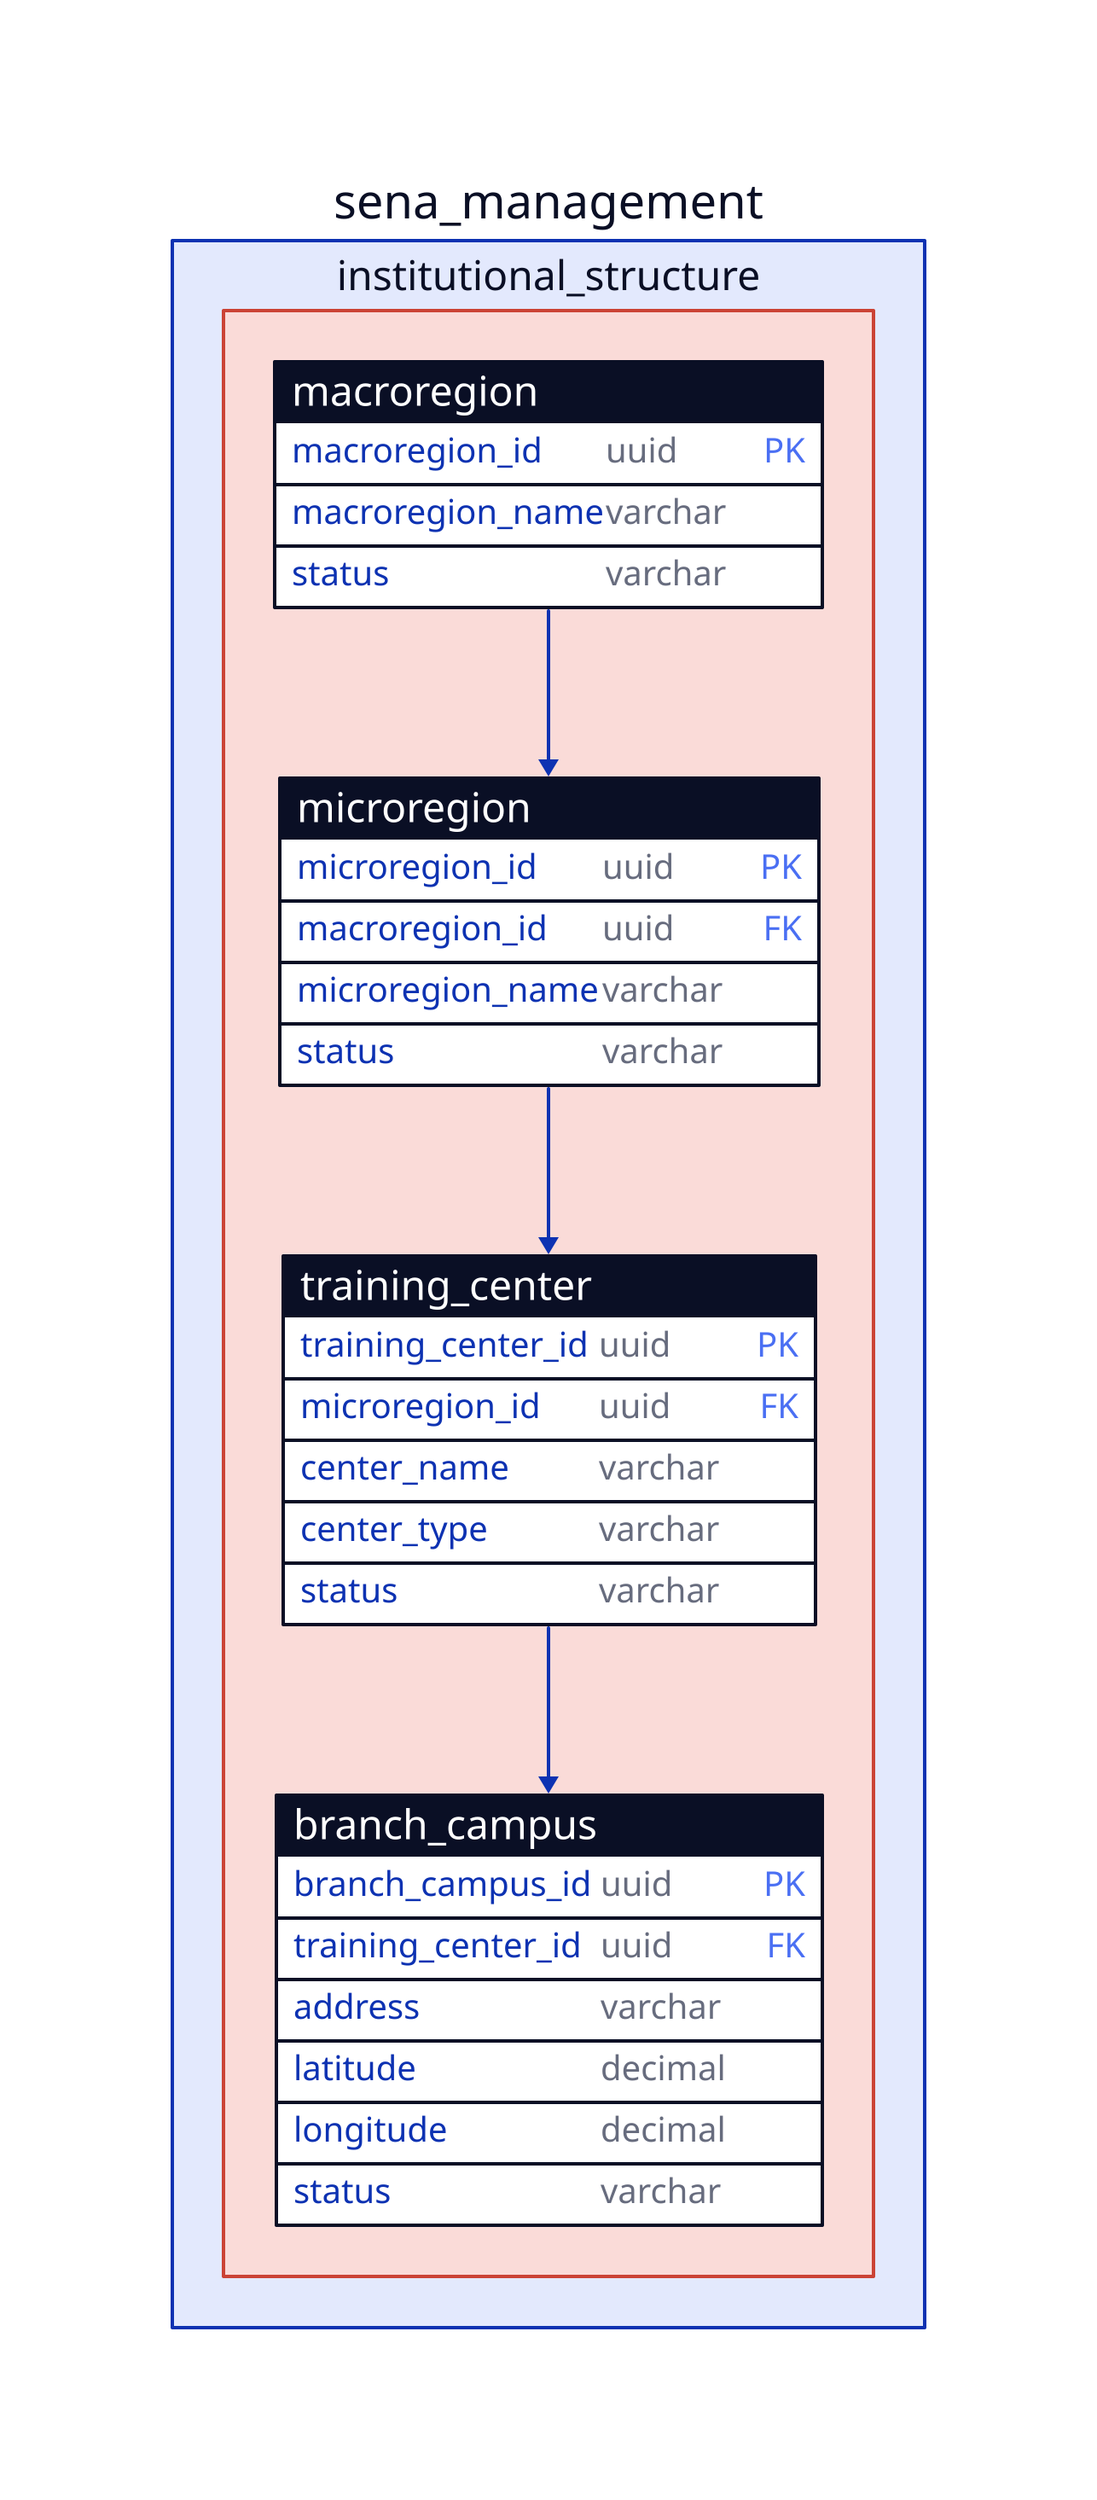
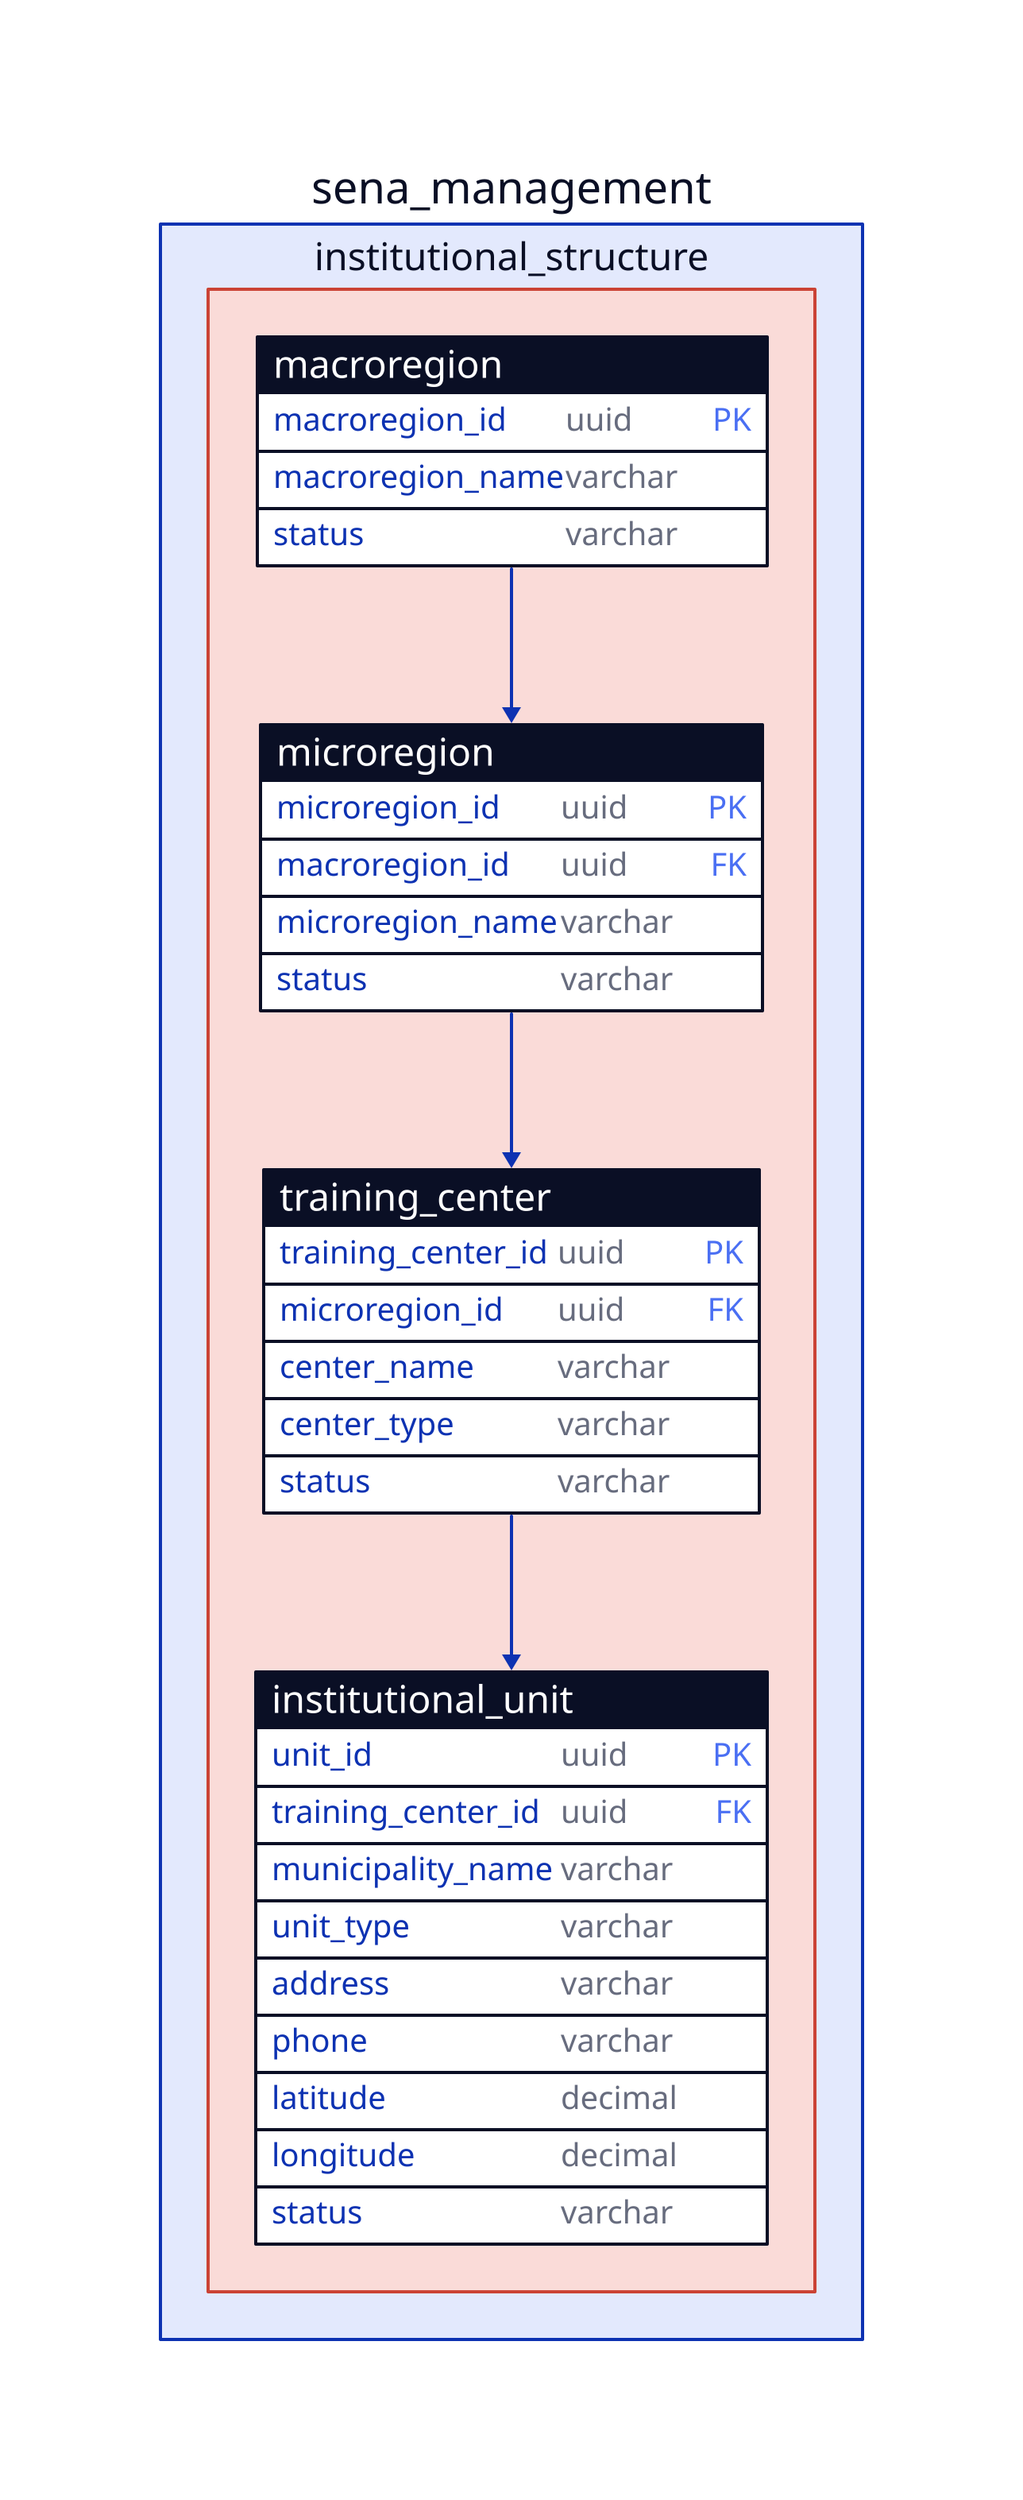
sena_management: {
  institutional_structure: {
    style.fill: "#FADBD8"
    style.stroke: "#CB4335"

    macroregion: {
      shape: sql_table

      macroregion_id: uuid {constraint: primary_key}
      macroregion_name: varchar
      status: varchar
    }

    microregion: {
      shape: sql_table

      microregion_id: uuid {constraint: primary_key}
      macroregion_id: uuid {constraint: foreign_key}
      microregion_name: varchar
      status: varchar
    }

    training_center: {
      shape: sql_table

      training_center_id: uuid {constraint: primary_key}
      microregion_id: uuid {constraint: foreign_key}
      center_name: varchar
      center_type: varchar
      status: varchar
    }

-     branch_campus: {
+     institutional_unit: {
      shape: sql_table

-       branch_campus_id: uuid {constraint: primary_key}
+       unit_id: uuid {constraint: primary_key}
      training_center_id: uuid {constraint: foreign_key}
+       municipality_name: varchar
+       unit_type: varchar
      address: varchar
+       phone: varchar
      latitude: decimal
      longitude: decimal
      status: varchar
    }
  }

  institutional_structure.macroregion.macroregion_id -> institutional_structure.microregion.macroregion_id

  institutional_structure.microregion.microregion_id -> institutional_structure.training_center.microregion_id

-   institutional_structure.training_center.training_center_id -> institutional_structure.branch_campus.training_center_id
+   institutional_structure.training_center.training_center_id -> institutional_structure.institutional_unit.training_center_id
}


